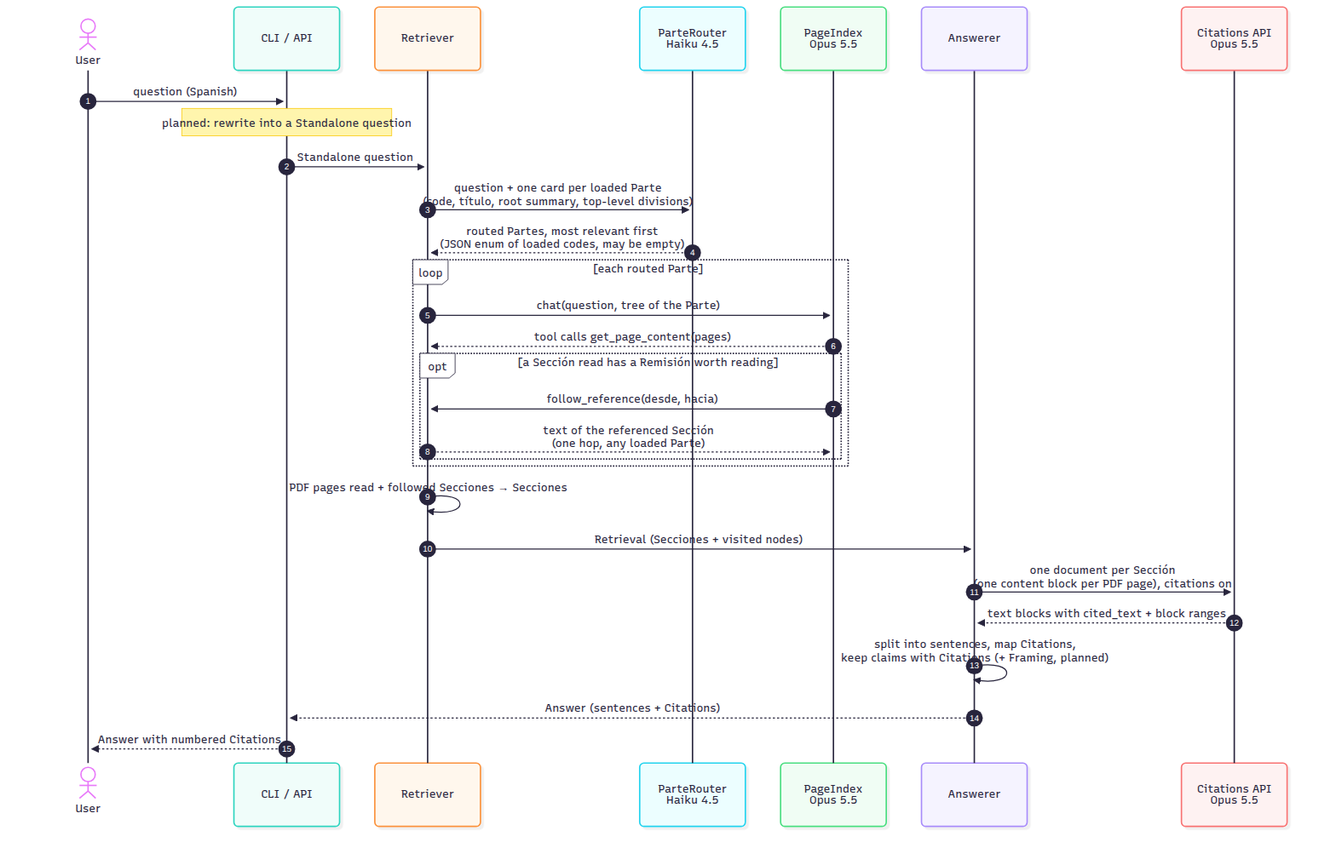
Above: docs/diagrams/answering.png in Guernik/raac-rag (Mermaid), before the change. Its source is kept beside it as docs/diagrams/answering.mmd.
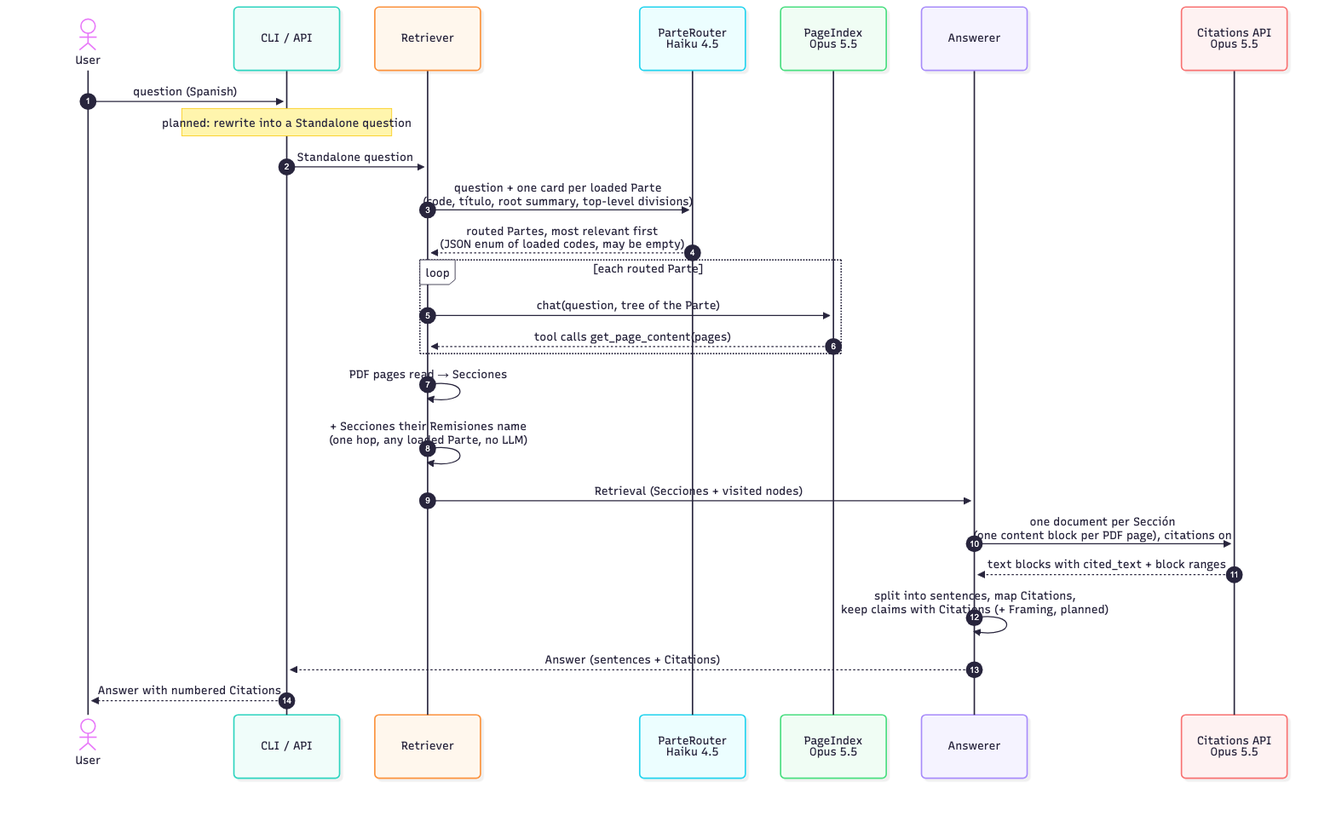
Later version of the same file.

Commit message:
refactor: follow Remisiones in code after tree search, not as an agent tool

Change to the diagram source:
```diff
@@ -16,12 +16,9 @@
     loop each routed Parte
         R->>P: chat(question, tree of the Parte)
         P-->>R: tool calls get_page_content(pages)
-        opt a Sección read has a Remisión worth reading
-            P->>R: follow_reference(desde, hacia)
-            R-->>P: text of the referenced Sección<br/>(one hop, any loaded Parte)
-        end
     end
-    R->>R: PDF pages read + followed Secciones → Secciones
+    R->>R: PDF pages read → Secciones
+    R->>R: + Secciones their Remisiones name<br/>(one hop, any loaded Parte, no LLM)
     R->>A: Retrieval (Secciones + visited nodes)
     A->>L: one document per Sección<br/>(one content block per PDF page), citations on
     L-->>A: text blocks with cited_text + block ranges
```
